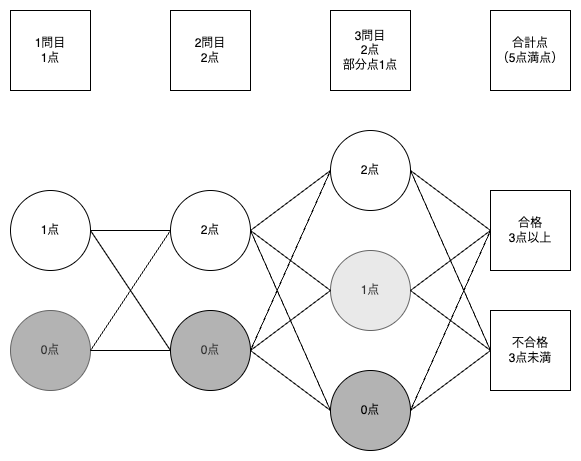
Before: book/manuscripts/images_koty/fig13.png, a diagram exported from draw.io (yumemi-inc/daigirin-2025). Source tidied: cells renumbered, new cells last; positions are measured from the earlier drawing's top-left corner, leaving out a move shared by most shapes.
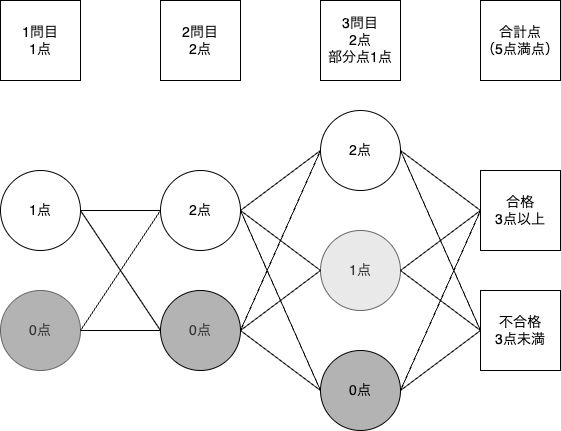
The same file after the commit.

What changed in the source:
```diff
@@ -2,37 +2,37 @@
   <root>
     <mxCell id="0" />
     <mxCell id="1" parent="0" />
-    <mxCell id="2" value="1点" style="ellipse;whiteSpace=wrap;html=1;" parent="1" vertex="1">
+    <mxCell id="2" value="1点" style="ellipse;whiteSpace=wrap;html=1;fontSize=14;" parent="1" vertex="1">
       <mxGeometry y="180" width="80" height="80" as="geometry" />
     </mxCell>
-    <mxCell id="3" value="2点" style="ellipse;whiteSpace=wrap;html=1;" parent="1" vertex="1">
+    <mxCell id="3" value="2点" style="ellipse;whiteSpace=wrap;html=1;fontSize=14;" parent="1" vertex="1">
       <mxGeometry x="160" y="180" width="80" height="80" as="geometry" />
     </mxCell>
-    <mxCell id="4" value="2点" style="ellipse;whiteSpace=wrap;html=1;" parent="1" vertex="1">
+    <mxCell id="4" value="2点" style="ellipse;whiteSpace=wrap;html=1;fontSize=14;" parent="1" vertex="1">
       <mxGeometry x="320" y="120" width="80" height="80" as="geometry" />
     </mxCell>
-    <mxCell id="5" value="&lt;div&gt;1問目&lt;/div&gt;1点" style="rounded=0;whiteSpace=wrap;html=1;" parent="1" vertex="1">
-      <mxGeometry width="80" height="80" as="geometry" />
+    <mxCell id="5" value="&lt;div&gt;1問目&lt;/div&gt;1点" style="rounded=0;whiteSpace=wrap;html=1;fontSize=14;" parent="1" vertex="1">
+      <mxGeometry y="10" width="80" height="80" as="geometry" />
     </mxCell>
-    <mxCell id="6" value="&lt;div&gt;2問目&lt;/div&gt;2点" style="rounded=0;whiteSpace=wrap;html=1;" parent="1" vertex="1">
-      <mxGeometry x="160" width="80" height="80" as="geometry" />
+    <mxCell id="6" value="&lt;div&gt;2問目&lt;/div&gt;2点" style="rounded=0;whiteSpace=wrap;html=1;fontSize=14;" parent="1" vertex="1">
+      <mxGeometry x="160" y="10" width="80" height="80" as="geometry" />
     </mxCell>
-    <mxCell id="7" value="&lt;div&gt;3問目&lt;/div&gt;2点&lt;div&gt;部分点1点&lt;/div&gt;" style="rounded=0;whiteSpace=wrap;html=1;" parent="1" vertex="1">
-      <mxGeometry x="320" width="80" height="80" as="geometry" />
+    <mxCell id="7" value="&lt;div&gt;3問目&lt;/div&gt;2点&lt;div&gt;部分点1点&lt;/div&gt;" style="rounded=0;whiteSpace=wrap;html=1;fontSize=14;" parent="1" vertex="1">
+      <mxGeometry x="320" y="10" width="80" height="80" as="geometry" />
     </mxCell>
-    <mxCell id="8" value="1点" style="ellipse;whiteSpace=wrap;html=1;fillColor=#E9E9E9;fontColor=#333333;strokeColor=#666666;" parent="1" vertex="1">
+    <mxCell id="8" value="1点" style="ellipse;whiteSpace=wrap;html=1;fillColor=#E9E9E9;fontColor=#333333;strokeColor=#666666;fontSize=14;" parent="1" vertex="1">
       <mxGeometry x="320" y="240" width="80" height="80" as="geometry" />
     </mxCell>
-    <mxCell id="9" value="0点" style="ellipse;whiteSpace=wrap;html=1;fillColor=#B3B3B3;" parent="1" vertex="1">
+    <mxCell id="9" value="0点" style="ellipse;whiteSpace=wrap;html=1;fillColor=#B3B3B3;fontSize=14;" parent="1" vertex="1">
       <mxGeometry x="320" y="360" width="80" height="80" as="geometry" />
     </mxCell>
-    <mxCell id="10" value="合格&lt;div&gt;3点以上&lt;/div&gt;" style="whiteSpace=wrap;html=1;" parent="1" vertex="1">
+    <mxCell id="10" value="合格&lt;div&gt;3点以上&lt;/div&gt;" style="whiteSpace=wrap;html=1;fontSize=14;" parent="1" vertex="1">
       <mxGeometry x="480" y="180" width="80" height="80" as="geometry" />
     </mxCell>
-    <mxCell id="11" value="0点" style="ellipse;whiteSpace=wrap;html=1;fillColor=#B3B3B3;fontColor=#333333;strokeColor=#000000;" parent="1" vertex="1">
+    <mxCell id="11" value="0点" style="ellipse;whiteSpace=wrap;html=1;fillColor=#B3B3B3;fontColor=#333333;strokeColor=#000000;fontSize=14;" parent="1" vertex="1">
       <mxGeometry x="160" y="300" width="80" height="80" as="geometry" />
     </mxCell>
-    <mxCell id="12" value="0点" style="ellipse;whiteSpace=wrap;html=1;fillColor=#B3B3B3;fontColor=#333333;strokeColor=#666666;" parent="1" vertex="1">
+    <mxCell id="12" value="0点" style="ellipse;whiteSpace=wrap;html=1;fillColor=#B3B3B3;fontColor=#333333;strokeColor=#666666;fontSize=14;" parent="1" vertex="1">
       <mxGeometry y="300" width="80" height="80" as="geometry" />
     </mxCell>
     <mxCell id="13" style="endArrow=none;html=1;rounded=0;exitX=1;exitY=0.5;exitDx=0;exitDy=0;entryX=0;entryY=0.5;entryDx=0;entryDy=0;" parent="1" edge="1" source="2" target="3">
@@ -80,7 +80,7 @@
     <mxCell id="25" style="endArrow=none;html=1;rounded=0;entryX=1;entryY=0.5;entryDx=0;entryDy=0;exitX=0;exitY=0.5;exitDx=0;exitDy=0;" parent="1" edge="1" source="10" target="9">
       <mxGeometry relative="1" as="geometry" />
     </mxCell>
-    <mxCell id="26" value="不合格&lt;div&gt;3点未満&lt;/div&gt;" style="whiteSpace=wrap;html=1;" parent="1" vertex="1">
+    <mxCell id="26" value="不合格&lt;div&gt;3点未満&lt;/div&gt;" style="whiteSpace=wrap;html=1;fontSize=14;" parent="1" vertex="1">
       <mxGeometry x="480" y="300" width="80" height="80" as="geometry" />
     </mxCell>
     <mxCell id="27" style="endArrow=none;html=1;rounded=0;exitX=0;exitY=0.5;exitDx=0;exitDy=0;" parent="1" edge="1" source="26">
@@ -96,8 +96,8 @@
         <mxPoint x="400" y="400" as="targetPoint" />
       </mxGeometry>
     </mxCell>
-    <mxCell id="30" value="&lt;div&gt;合計点&lt;/div&gt;&lt;div&gt;（5点満点）&lt;/div&gt;" style="rounded=0;whiteSpace=wrap;html=1;" parent="1" vertex="1">
-      <mxGeometry x="480" width="80" height="80" as="geometry" />
+    <mxCell id="30" value="&lt;div&gt;合計点&lt;/div&gt;&lt;div&gt;（5点満点）&lt;/div&gt;" style="rounded=0;whiteSpace=wrap;html=1;fontSize=14;" parent="1" vertex="1">
+      <mxGeometry x="480" y="10" width="80" height="80" as="geometry" />
     </mxCell>
   </root>
 </mxGraphModel>
```
